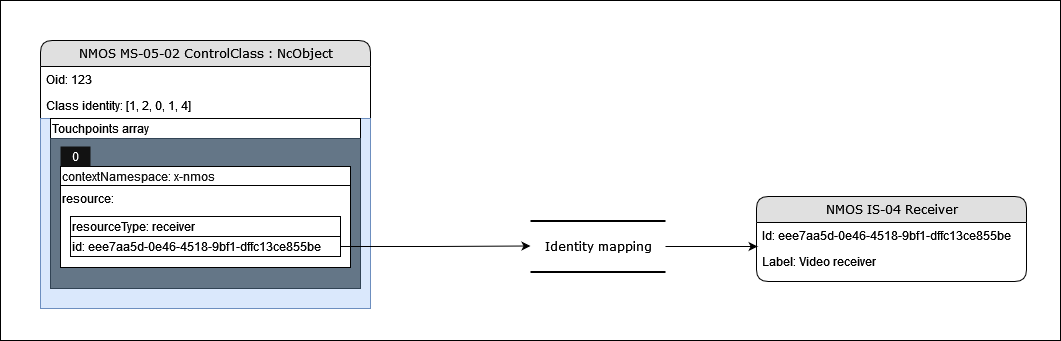
The draw.io diagram docs/images/context-identity-mapping.png in AMWA-TV/info-006, before a commit. Source tidied: cells renumbered, new cells last; positions are measured from the earlier drawing's top-left corner, leaving out a move shared by most shapes. The source it was exported from:
```xml
<mxGraphModel>
  <root>
    <mxCell id="0" />
    <mxCell id="1" parent="0" />
    <mxCell id="2" style="rounded=0;whiteSpace=wrap;html=1;" parent="1" vertex="1">
      <mxGeometry width="1060" height="340" as="geometry" />
    </mxCell>
    <mxCell id="3" style="group;" parent="1" vertex="1">
      <mxGeometry x="40" y="40" width="990" height="268" as="geometry" />
    </mxCell>
    <mxCell id="4" value="NMOS MS-05-02 ControlClass : NcObject" style="swimlane;html=1;fontStyle=0;horizontal=1;startSize=26;fillColor=#e0e0e0;swimlaneFillColor=#ffffff;align=center;rounded=1;shadow=0;comic=0;labelBackgroundColor=none;strokeWidth=1;fontFamily=Verdana;fontSize=12;" parent="3" vertex="1">
      <mxGeometry width="330" height="268" as="geometry" />
    </mxCell>
    <mxCell id="5" value="Oid: 123" style="text;html=1;strokeColor=none;fillColor=none;spacingLeft=4;spacingRight=4;whiteSpace=wrap;overflow=hidden;" parent="4" vertex="1">
      <mxGeometry y="26" width="330" height="26" as="geometry" />
    </mxCell>
    <mxCell id="6" value="Class identity: [1, 2, 0, 1, 4]" style="text;html=1;strokeColor=none;fillColor=none;spacingLeft=4;spacingRight=4;whiteSpace=wrap;overflow=hidden;" parent="4" vertex="1">
      <mxGeometry y="52" width="330" height="26" as="geometry" />
    </mxCell>
    <mxCell id="7" style="group;align=left;verticalAlign=top;" parent="4" vertex="1">
      <mxGeometry y="78" width="330" height="190" as="geometry" />
    </mxCell>
    <mxCell id="8" style="rounded=0;whiteSpace=wrap;html=1;fillColor=#dae8fc;strokeColor=#6c8ebf;" parent="7" vertex="1">
      <mxGeometry width="330" height="190" as="geometry" />
    </mxCell>
    <mxCell id="9" value="Touchpoints array" style="rounded=0;whiteSpace=wrap;html=1;align=left;" parent="7" vertex="1">
      <mxGeometry x="10" width="310" height="20" as="geometry" />
    </mxCell>
    <mxCell id="10" style="rounded=0;whiteSpace=wrap;html=1;fillColor=#647687;strokeColor=#314354;fontColor=#ffffff;" parent="7" vertex="1">
      <mxGeometry x="10" y="20" width="310" height="150" as="geometry" />
    </mxCell>
    <mxCell id="11" value="contextNamespace: x-nmos" style="rounded=0;whiteSpace=wrap;html=1;fillColor=#FFFFFF;strokeColor=#000000;fontColor=#121212;align=left;" parent="7" vertex="1">
      <mxGeometry x="20" y="48" width="290" height="20" as="geometry" />
    </mxCell>
    <mxCell id="12" value="Type: node" style="rounded=0;whiteSpace=wrap;html=1;align=left;" parent="7" vertex="1">
      <mxGeometry x="30" y="98" width="270" height="20" as="geometry" />
    </mxCell>
    <mxCell id="13" value="ID: eee7aa5d-0e46-4518-9bf1-dffc13ce855be" style="rounded=0;whiteSpace=wrap;html=1;align=left;" parent="7" vertex="1">
      <mxGeometry x="30" y="118" width="270" height="20" as="geometry" />
    </mxCell>
    <mxCell id="14" value="resource:" style="rounded=0;whiteSpace=wrap;html=1;align=left;verticalAlign=top;" parent="7" vertex="1">
      <mxGeometry x="20" y="67" width="290" height="82" as="geometry" />
    </mxCell>
    <mxCell id="15" value="resourceType: receiver" style="rounded=0;whiteSpace=wrap;html=1;align=left;" parent="7" vertex="1">
      <mxGeometry x="30" y="98" width="270" height="20" as="geometry" />
    </mxCell>
    <mxCell id="16" value="id: eee7aa5d-0e46-4518-9bf1-dffc13ce855be" style="rounded=0;whiteSpace=wrap;html=1;align=left;" parent="7" vertex="1">
      <mxGeometry x="30" y="118" width="270" height="20" as="geometry" />
    </mxCell>
    <mxCell id="17" value="0" style="rounded=0;whiteSpace=wrap;html=1;strokeColor=none;fontColor=#ffffff;fillColor=#121212;" parent="7" vertex="1">
      <mxGeometry x="20" y="28" width="30" height="20" as="geometry" />
    </mxCell>
    <mxCell id="18" value="NMOS IS-04 Receiver" style="swimlane;html=1;fontStyle=0;horizontal=1;startSize=26;fillColor=#e0e0e0;swimlaneFillColor=#ffffff;align=center;rounded=1;shadow=0;comic=0;labelBackgroundColor=none;strokeWidth=1;fontFamily=Verdana;fontSize=12;" parent="3" vertex="1">
      <mxGeometry x="716" y="156" width="270" height="85" as="geometry" />
    </mxCell>
    <mxCell id="19" value="Id: eee7aa5d-0e46-4518-9bf1-dffc13ce855be" style="text;html=1;strokeColor=none;fillColor=none;spacingLeft=4;spacingRight=4;whiteSpace=wrap;overflow=hidden;points=[[0,0.5],[1,0.5]];portConstraint=eastwest;" parent="18" vertex="1">
      <mxGeometry y="26" width="270" height="26" as="geometry" />
    </mxCell>
    <mxCell id="20" value="Label: Video receiver" style="text;html=1;strokeColor=none;fillColor=none;spacingLeft=4;spacingRight=4;whiteSpace=wrap;overflow=hidden;" parent="18" vertex="1">
      <mxGeometry y="52" width="270" height="26" as="geometry" />
    </mxCell>
    <mxCell id="21" value="Identity mapping" style="html=1;rounded=0;shadow=0;comic=0;labelBackgroundColor=none;strokeWidth=2;fontFamily=Verdana;fontSize=12;align=center;shape=mxgraph.ios7ui.horLines;" parent="3" vertex="1">
      <mxGeometry x="490" y="180.5" width="135" height="51" as="geometry" />
    </mxCell>
    <mxCell id="22" style="edgeStyle=orthogonalEdgeStyle;rounded=0;jettySize=auto;html=1;exitX=1;exitY=0.5;exitDx=0;exitDy=0;entryX=0;entryY=0.49;entryDx=0;entryDy=0;entryPerimeter=0;" parent="3" edge="1" source="16" target="21">
      <mxGeometry relative="1" as="geometry" />
    </mxCell>
    <mxCell id="23" style="edgeStyle=orthogonalEdgeStyle;rounded=0;jettySize=auto;html=1;exitX=1;exitY=0.5;exitDx=0;exitDy=0;exitPerimeter=0;entryX=0.004;entryY=0.923;entryDx=0;entryDy=0;entryPerimeter=0;" parent="3" edge="1" source="21" target="19">
      <mxGeometry relative="1" as="geometry" />
    </mxCell>
  </root>
</mxGraphModel>
```
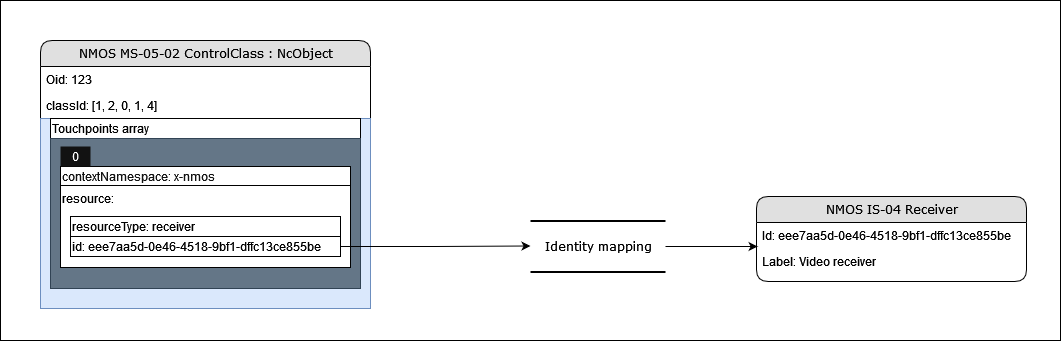
After the commit.

Diff of the diagram source:
```diff
@@ -14,7 +14,7 @@
     <mxCell id="5" value="Oid: 123" style="text;html=1;strokeColor=none;fillColor=none;spacingLeft=4;spacingRight=4;whiteSpace=wrap;overflow=hidden;" parent="4" vertex="1">
       <mxGeometry y="26" width="330" height="26" as="geometry" />
     </mxCell>
-    <mxCell id="6" value="Class identity: [1, 2, 0, 1, 4]" style="text;html=1;strokeColor=none;fillColor=none;spacingLeft=4;spacingRight=4;whiteSpace=wrap;overflow=hidden;" parent="4" vertex="1">
+    <mxCell id="6" value="classId: [1, 2, 0, 1, 4]" style="text;html=1;strokeColor=none;fillColor=none;spacingLeft=4;spacingRight=4;whiteSpace=wrap;overflow=hidden;" parent="4" vertex="1">
       <mxGeometry y="52" width="330" height="26" as="geometry" />
     </mxCell>
     <mxCell id="7" style="group;align=left;verticalAlign=top;" parent="4" vertex="1">
```
